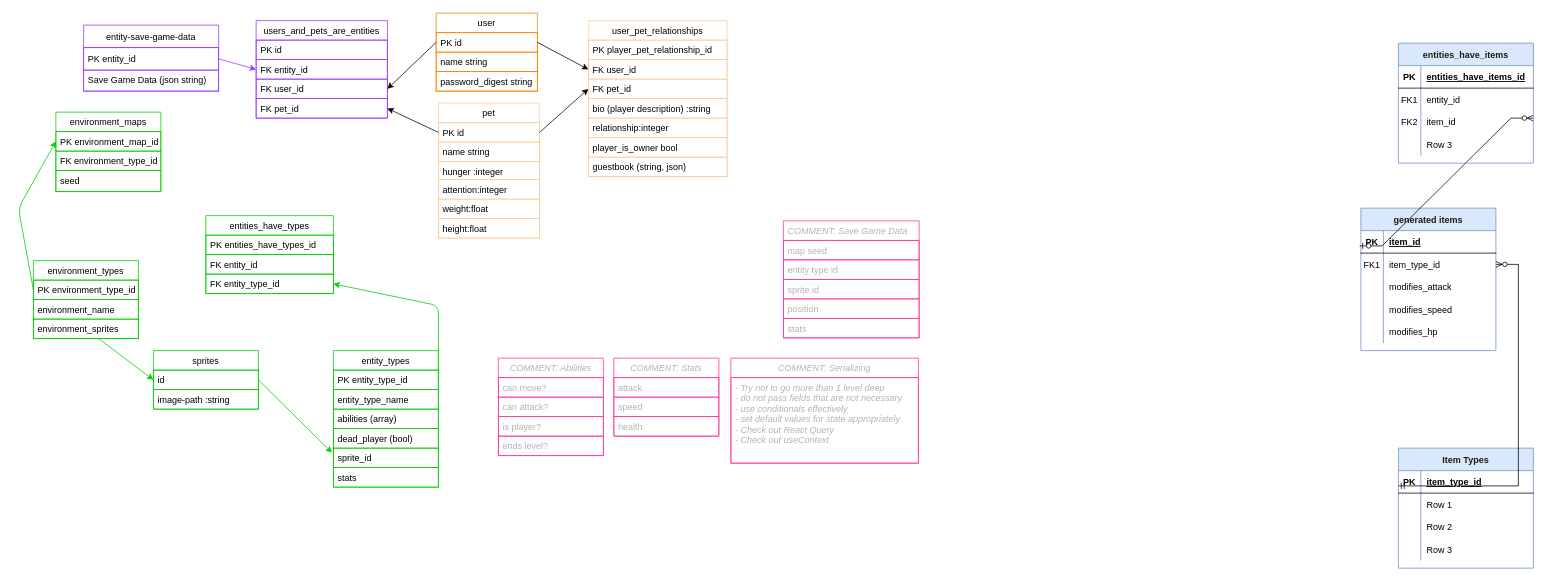
This is project-management/phase-5-erd.drawio from Rainbow-Collective/petsite, a draw.io file, before an edit. Source tidied: cells renumbered, new cells numbered last; positions are measured from the earlier drawing's top-left corner, leaving out a move shared by most shapes. Both pictures are drawn from the tidied source at 75%, with x=0, y=0 at pixel (18, 13).
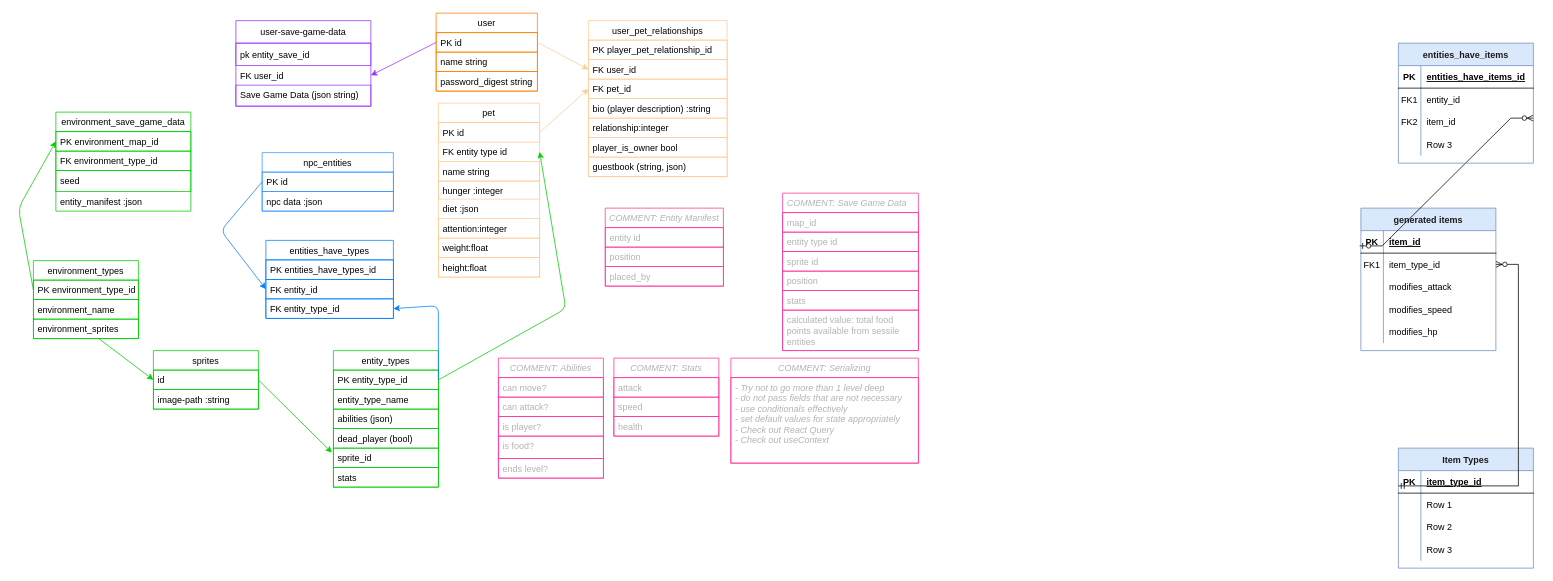
Above is the later version.

Commit message (it also covers changes not shown here):
better save game modeling

The change refers to these unchanged cells:
```xml
<mxCell id="3" value="PK id  " style="text;strokeColor=#FFCC99;fillColor=none;align=left;verticalAlign=top;spacingLeft=4;spacingRight=4;overflow=hidden;points=[[0,0.5],[1,0.5]];portConstraint=eastwest;fontStyle=0;startSize=26;" parent="2" vertex="1">
  <mxGeometry y="26" width="135" height="26" as="geometry" />
</mxCell>
<mxCell id="10" value="PK id" style="text;strokeColor=#FF8000;fillColor=none;align=left;verticalAlign=top;spacingLeft=4;spacingRight=4;overflow=hidden;points=[[0,0.5],[1,0.5]];portConstraint=eastwest;fontStyle=0;startSize=26;" parent="9" vertex="1">
  <mxGeometry y="26" width="135" height="26" as="geometry" />
</mxCell>
<mxCell id="15" value="FK user_id" style="text;strokeColor=#FFCC99;fillColor=none;align=left;verticalAlign=top;spacingLeft=4;spacingRight=4;overflow=hidden;points=[[0,0.5],[1,0.5]];portConstraint=eastwest;fontStyle=0;startSize=26;" parent="13" vertex="1">
  <mxGeometry y="52" width="185" height="26" as="geometry" />
</mxCell>
<mxCell id="16" value="FK pet_id" style="text;strokeColor=#FFCC99;fillColor=none;align=left;verticalAlign=top;spacingLeft=4;spacingRight=4;overflow=hidden;points=[[0,0.5],[1,0.5]];portConstraint=eastwest;fontStyle=0;startSize=26;" parent="13" vertex="1">
  <mxGeometry y="78" width="185" height="26" as="geometry" />
</mxCell>
<mxCell id="85" value="entity_types" style="swimlane;fontStyle=0;horizontal=1;startSize=26;fillColor=none;strokeColor=#00CC00;" parent="1" vertex="1">
  <mxGeometry x="420" y="450" width="140" height="182" as="geometry" />
</mxCell>
<mxCell id="86" value="PK entity_type_id" style="text;strokeColor=#00CC00;fillColor=none;align=left;verticalAlign=top;spacingLeft=4;spacingRight=4;overflow=hidden;points=[[0,0.5],[1,0.5]];portConstraint=eastwest;" parent="85" vertex="1">
  <mxGeometry y="26" width="140" height="26" as="geometry" />
</mxCell>
```

The edit, as a diff of the source:
```diff
@@
     <mxCell id="2" value="pet" style="swimlane;fontStyle=0;horizontal=1;startSize=26;fillColor=none;strokeColor=#FFCC99;" parent="1" vertex="1">
-      <mxGeometry x="560" y="120" width="135" height="180" as="geometry" />
+      <mxGeometry x="560" y="120" width="135" height="232" as="geometry" />
     </mxCell>
@@
+    <mxCell id="121" value="FK entity type id" style="text;strokeColor=none;fillColor=none;align=left;verticalAlign=top;spacingLeft=4;spacingRight=4;overflow=hidden;points=[[0,0.5],[1,0.5]];portConstraint=eastwest;" parent="2" vertex="1">
+      <mxGeometry y="52" width="135" height="26" as="geometry" />
+    </mxCell>
     <mxCell id="4" value="name string" style="text;strokeColor=#FFCC99;fillColor=none;align=left;verticalAlign=top;spacingLeft=4;spacingRight=4;overflow=hidden;fontStyle=0;startSize=26;" parent="2" vertex="1">
-      <mxGeometry y="52" width="135" height="26" as="geometry" />
+      <mxGeometry y="78" width="135" height="26" as="geometry" />
     </mxCell>
     <mxCell id="5" value="hunger :integer" style="text;strokeColor=#FFCC99;fillColor=none;align=left;verticalAlign=top;spacingLeft=4;spacingRight=4;overflow=hidden;fontStyle=0;startSize=26;" parent="2" vertex="1">
-      <mxGeometry y="78" width="135" height="24" as="geometry" />
+      <mxGeometry y="104" width="135" height="24" as="geometry" />
     </mxCell>
+    <mxCell id="122" value="diet :json" style="text;strokeColor=none;fillColor=none;align=left;verticalAlign=top;spacingLeft=4;spacingRight=4;overflow=hidden;" parent="2" vertex="1">
+      <mxGeometry y="128" width="135" height="26" as="geometry" />
+    </mxCell>
     <mxCell id="6" value="attention:integer" style="text;strokeColor=#FFCC99;fillColor=none;align=left;verticalAlign=top;spacingLeft=4;spacingRight=4;overflow=hidden;fontStyle=0;startSize=26;" parent="2" vertex="1">
-      <mxGeometry y="102" width="135" height="26" as="geometry" />
+      <mxGeometry y="154" width="135" height="26" as="geometry" />
     </mxCell>
     <mxCell id="7" value="weight:float" style="text;strokeColor=#FFCC99;fillColor=none;align=left;verticalAlign=top;spacingLeft=4;spacingRight=4;overflow=hidden;fontStyle=0;startSize=26;" parent="2" vertex="1">
-      <mxGeometry y="128" width="135" height="26" as="geometry" />
+      <mxGeometry y="180" width="135" height="26" as="geometry" />
     </mxCell>
     <mxCell id="8" value="height:float" style="text;strokeColor=#FFCC99;fillColor=none;align=left;verticalAlign=top;spacingLeft=4;spacingRight=4;overflow=hidden;fontStyle=0;startSize=26;" parent="2" vertex="1">
-      <mxGeometry y="154" width="135" height="26" as="geometry" />
+      <mxGeometry y="206" width="135" height="26" as="geometry" />
     </mxCell>
@@
-    <mxCell id="21" style="edgeStyle=none;html=1;exitX=1;exitY=0.5;exitDx=0;exitDy=0;entryX=0;entryY=0.5;entryDx=0;entryDy=0;" parent="1" edge="1" source="10" target="15">
+    <mxCell id="21" style="edgeStyle=none;html=1;exitX=1;exitY=0.5;exitDx=0;exitDy=0;entryX=0;entryY=0.5;entryDx=0;entryDy=0;strokeColor=#FFCC99;" parent="1" edge="1" source="10" target="15">
       <mxGeometry relative="1" as="geometry" />
     </mxCell>
-    <mxCell id="22" style="edgeStyle=none;html=1;entryX=0;entryY=0.5;entryDx=0;entryDy=0;exitX=1;exitY=0.5;exitDx=0;exitDy=0;" parent="1" edge="1" source="3" target="16">
+    <mxCell id="22" style="edgeStyle=none;html=1;entryX=0;entryY=0.5;entryDx=0;entryDy=0;exitX=1;exitY=0.5;exitDx=0;exitDy=0;strokeColor=#FFCC99;" parent="1" edge="1" source="3" target="16">
       <mxGeometry relative="1" as="geometry" />
     </mxCell>
@@
-    <mxCell id="70" value="entity-save-game-data" style="swimlane;fontStyle=0;horizontal=1;startSize=30;strokeColor=#9933FF;" parent="1" vertex="1">
-      <mxGeometry x="87" y="16" width="180" height="88" as="geometry" />
+    <mxCell id="70" value="user-save-game-data" style="swimlane;fontStyle=0;horizontal=1;startSize=30;strokeColor=#9933FF;" parent="1" vertex="1">
+      <mxGeometry x="290" y="10" width="180" height="114" as="geometry" />
     </mxCell>
-    <mxCell id="71" value="PK entity_id" style="text;strokeColor=#9933FF;fillColor=none;align=left;verticalAlign=middle;spacingLeft=4;spacingRight=4;overflow=hidden;points=[[0,0.5],[1,0.5]];portConstraint=eastwest;" parent="70" vertex="1">
+    <mxCell id="71" value="pk entity_save_id" style="text;strokeColor=#9933FF;fillColor=none;align=left;verticalAlign=middle;spacingLeft=4;spacingRight=4;overflow=hidden;points=[[0,0.5],[1,0.5]];portConstraint=eastwest;" parent="70" vertex="1">
       <mxGeometry y="30" width="180" height="30" as="geometry" />
     </mxCell>
+    <mxCell id="100" value="FK user_id" style="text;strokeColor=none;fillColor=none;align=left;verticalAlign=top;spacingLeft=4;spacingRight=4;overflow=hidden;points=[[0,0.5],[1,0.5]];portConstraint=eastwest;" parent="70" vertex="1">
+      <mxGeometry y="60" width="180" height="26" as="geometry" />
+    </mxCell>
     <mxCell id="72" value="Save Game Data (json string)" style="text;strokeColor=#9933FF;fillColor=none;align=left;verticalAlign=top;spacingLeft=4;spacingRight=4;overflow=hidden;" parent="70" vertex="1">
-      <mxGeometry y="60" width="180" height="28" as="geometry" />
+      <mxGeometry y="86" width="180" height="28" as="geometry" />
     </mxCell>
-    <mxCell id="73" value="environment_maps" style="swimlane;fontStyle=0;horizontal=1;startSize=26;fillColor=none;strokeColor=#00CC00;" parent="1" vertex="1">
-      <mxGeometry x="50" y="132" width="140" height="106" as="geometry" />
+    <mxCell id="73" value="environment_save_game_data" style="swimlane;fontStyle=0;horizontal=1;startSize=26;fillColor=none;strokeColor=#00CC00;" parent="1" vertex="1">
+      <mxGeometry x="50" y="132" width="180" height="132" as="geometry" />
     </mxCell>
     <mxCell id="74" value="PK environment_map_id" style="text;strokeColor=#00CC00;fillColor=none;align=left;verticalAlign=top;spacingLeft=4;spacingRight=4;overflow=hidden;points=[[0,0.5],[1,0.5]];portConstraint=eastwest;" parent="73" vertex="1">
-      <mxGeometry y="26" width="140" height="26" as="geometry" />
+      <mxGeometry y="26" width="180" height="26" as="geometry" />
     </mxCell>
     <mxCell id="75" value="FK environment_type_id" style="text;strokeColor=#00CC00;fillColor=none;align=left;verticalAlign=top;spacingLeft=4;spacingRight=4;overflow=hidden;" parent="73" vertex="1">
-      <mxGeometry y="52" width="140" height="26" as="geometry" />
+      <mxGeometry y="52" width="180" height="26" as="geometry" />
     </mxCell>
     <mxCell id="76" value="seed" style="text;strokeColor=#00CC00;fillColor=none;align=left;verticalAlign=top;spacingLeft=4;spacingRight=4;overflow=hidden;" parent="73" vertex="1">
-      <mxGeometry y="78" width="140" height="28" as="geometry" />
+      <mxGeometry y="78" width="180" height="28" as="geometry" />
     </mxCell>
+    <mxCell id="123" value="entity_manifest :json" style="text;strokeColor=none;fillColor=none;align=left;verticalAlign=top;spacingLeft=4;spacingRight=4;overflow=hidden;" parent="73" vertex="1">
+      <mxGeometry y="106" width="180" height="26" as="geometry" />
+    </mxCell>
@@
-    <mxCell id="81" value="entities_have_types" style="swimlane;fontStyle=0;horizontal=1;startSize=26;fillColor=none;strokeColor=#00CC00;" parent="1" vertex="1">
-      <mxGeometry x="250" y="270" width="170" height="104" as="geometry" />
+    <mxCell id="81" value="entities_have_types" style="swimlane;fontStyle=0;horizontal=1;startSize=26;fillColor=none;strokeColor=#007FFF;" parent="1" vertex="1">
+      <mxGeometry x="330" y="303" width="170" height="104" as="geometry" />
     </mxCell>
-    <mxCell id="82" value="PK entities_have_types_id" style="text;strokeColor=#00CC00;fillColor=none;align=left;verticalAlign=top;spacingLeft=4;spacingRight=4;overflow=hidden;" parent="81" vertex="1">
+    <mxCell id="82" value="PK entities_have_types_id" style="text;strokeColor=#007FFF;fillColor=none;align=left;verticalAlign=top;spacingLeft=4;spacingRight=4;overflow=hidden;" parent="81" vertex="1">
       <mxGeometry y="26" width="170" height="26" as="geometry" />
     </mxCell>
-    <mxCell id="83" value="FK entity_id" style="text;strokeColor=#00CC00;fillColor=none;align=left;verticalAlign=top;spacingLeft=4;spacingRight=4;overflow=hidden;points=[[0,0.5],[1,0.5]];portConstraint=eastwest;" parent="81" vertex="1">
+    <mxCell id="83" value="FK entity_id" style="text;strokeColor=#007FFF;fillColor=none;align=left;verticalAlign=top;spacingLeft=4;spacingRight=4;overflow=hidden;points=[[0,0.5],[1,0.5]];portConstraint=eastwest;" parent="81" vertex="1">
       <mxGeometry y="52" width="170" height="26" as="geometry" />
     </mxCell>
-    <mxCell id="84" value="FK entity_type_id" style="text;strokeColor=#00CC00;fillColor=none;align=left;verticalAlign=top;spacingLeft=4;spacingRight=4;overflow=hidden;points=[[0,0.5],[1,0.5]];portConstraint=eastwest;" parent="81" vertex="1">
+    <mxCell id="84" value="FK entity_type_id" style="text;strokeColor=#007FFF;fillColor=none;align=left;verticalAlign=top;spacingLeft=4;spacingRight=4;overflow=hidden;points=[[0,0.5],[1,0.5]];portConstraint=eastwest;" parent="81" vertex="1">
       <mxGeometry y="78" width="170" height="26" as="geometry" />
     </mxCell>
@@
-    <mxCell id="88" value="abilities (array)" style="text;strokeColor=#00CC00;fillColor=none;align=left;verticalAlign=top;spacingLeft=4;spacingRight=4;overflow=hidden;" parent="85" vertex="1">
+    <mxCell id="88" value="abilities (json)" style="text;strokeColor=#00CC00;fillColor=none;align=left;verticalAlign=top;spacingLeft=4;spacingRight=4;overflow=hidden;" parent="85" vertex="1">
       <mxGeometry y="78" width="140" height="26" as="geometry" />
     </mxCell>
@@
     <mxCell id="92" value="COMMENT: Abilities" style="swimlane;fontStyle=2;horizontal=1;startSize=26;fillColor=none;strokeColor=#FF3399;fontColor=#B3B3B3;" parent="1" vertex="1">
-      <mxGeometry x="640" y="460" width="140" height="130" as="geometry" />
+      <mxGeometry x="640" y="460" width="140" height="160" as="geometry" />
     </mxCell>
@@
+    <mxCell id="124" value="is food?" style="text;strokeColor=#FF3399;fillColor=none;align=left;verticalAlign=top;spacingLeft=4;spacingRight=4;overflow=hidden;fontColor=#B3B3B3;" parent="92" vertex="1">
+      <mxGeometry y="104" width="140" height="30" as="geometry" />
+    </mxCell>
     <mxCell id="96" value="ends level?" style="text;strokeColor=#FF3399;fillColor=none;align=left;verticalAlign=top;spacingLeft=4;spacingRight=4;overflow=hidden;fontColor=#B3B3B3;" parent="92" vertex="1">
-      <mxGeometry y="104" width="140" height="26" as="geometry" />
+      <mxGeometry y="134" width="140" height="26" as="geometry" />
     </mxCell>
-    <mxCell id="97" value="users_and_pets_are_entities" style="swimlane;fontStyle=0;horizontal=1;startSize=26;fillColor=none;strokeColor=#9933FF;" parent="1" vertex="1">
-      <mxGeometry x="317" y="10" width="175" height="130" as="geometry" />
-    </mxCell>
-    <mxCell id="98" value="PK id" style="text;strokeColor=#9933FF;fillColor=none;align=left;verticalAlign=top;spacingLeft=4;spacingRight=4;overflow=hidden;points=[[0,0.5],[1,0.5]];portConstraint=eastwest;" parent="97" vertex="1">
-      <mxGeometry y="26" width="175" height="26" as="geometry" />
-    </mxCell>
-    <mxCell id="99" value="FK entity_id" style="text;strokeColor=#9933FF;fillColor=none;align=left;verticalAlign=top;spacingLeft=4;spacingRight=4;overflow=hidden;points=[[0,0.5],[1,0.5]];portConstraint=eastwest;" parent="97" vertex="1">
-      <mxGeometry y="52" width="175" height="26" as="geometry" />
-    </mxCell>
-    <mxCell id="100" value="FK user_id" style="text;strokeColor=#9933FF;fillColor=none;align=left;verticalAlign=top;spacingLeft=4;spacingRight=4;overflow=hidden;points=[[0,0.5],[1,0.5]];portConstraint=eastwest;" parent="97" vertex="1">
-      <mxGeometry y="78" width="175" height="26" as="geometry" />
-    </mxCell>
-    <mxCell id="101" value="FK pet_id" style="text;strokeColor=#9933FF;fillColor=none;align=left;verticalAlign=top;spacingLeft=4;spacingRight=4;overflow=hidden;points=[[0,0.5],[1,0.5]];portConstraint=eastwest;" parent="97" vertex="1">
-      <mxGeometry y="104" width="175" height="26" as="geometry" />
-    </mxCell>
-    <mxCell id="102" style="edgeStyle=none;html=1;exitX=0;exitY=0.5;exitDx=0;exitDy=0;entryX=1;entryY=0.5;entryDx=0;entryDy=0;" parent="1" edge="1" source="10" target="100">
+    <mxCell id="102" style="edgeStyle=none;html=1;exitX=0;exitY=0.5;exitDx=0;exitDy=0;entryX=1;entryY=0.5;entryDx=0;entryDy=0;fillColor=#6a00ff;strokeColor=#9933FF;" parent="1" edge="1" source="10" target="100">
       <mxGeometry relative="1" as="geometry" />
     </mxCell>
-    <mxCell id="103" style="edgeStyle=none;html=1;exitX=0;exitY=0.5;exitDx=0;exitDy=0;entryX=1;entryY=0.5;entryDx=0;entryDy=0;" parent="1" edge="1" source="3" target="101">
-      <mxGeometry relative="1" as="geometry" />
-    </mxCell>
-    <mxCell id="104" style="edgeStyle=none;html=1;entryX=0;entryY=0.5;entryDx=0;entryDy=0;exitX=1;exitY=0.5;exitDx=0;exitDy=0;strokeColor=#9933FF;" parent="1" edge="1" source="71" target="99">
-      <mxGeometry relative="1" as="geometry" />
-    </mxCell>
-    <mxCell id="105" style="edgeStyle=none;html=1;exitX=1;exitY=0.5;exitDx=0;exitDy=0;entryX=1;entryY=0.5;entryDx=0;entryDy=0;strokeColor=#00CC00;" parent="1" edge="1" source="86" target="84">
+    <mxCell id="105" style="edgeStyle=none;html=1;exitX=1;exitY=0.5;exitDx=0;exitDy=0;entryX=1;entryY=0.5;entryDx=0;entryDy=0;strokeColor=#007FFF;" parent="1" edge="1" source="86" target="84">
       <mxGeometry relative="1" as="geometry">
         <Array as="points">
           <mxPoint x="560" y="390" />
         </Array>
       </mxGeometry>
     </mxCell>
@@
     <mxCell id="115" value="COMMENT: Save Game Data" style="swimlane;fontStyle=2;horizontal=1;startSize=26;strokeColor=#FF3399;align=left;verticalAlign=top;fillColor=none;fontColor=#B3B3B3;gradientColor=none;spacingLeft=4;spacingRight=4;" parent="1" vertex="1">
-      <mxGeometry x="1020" y="277" width="181" height="156" as="geometry" />
+      <mxGeometry x="1019" y="240" width="181" height="210" as="geometry" />
     </mxCell>
-    <mxCell id="116" value="map seed" style="text;align=left;verticalAlign=top;spacingLeft=4;spacingRight=4;overflow=hidden;strokeColor=#FF3399;fontColor=#B3B3B3;" parent="115" vertex="1">
+    <mxCell id="116" value="map_id" style="text;align=left;verticalAlign=top;spacingLeft=4;spacingRight=4;overflow=hidden;strokeColor=#FF3399;fontColor=#B3B3B3;" parent="115" vertex="1">
       <mxGeometry y="26" width="181" height="26" as="geometry" />
     </mxCell>
@@
+    <mxCell id="125" value="calculated value: total food points available from sessile entities" style="text;strokeColor=#FF3399;fillColor=none;align=left;verticalAlign=top;spacingLeft=4;spacingRight=4;overflow=hidden;fontColor=#B3B3B3;whiteSpace=wrap;" parent="115" vertex="1">
+      <mxGeometry y="156" width="181" height="54" as="geometry" />
+    </mxCell>
+    <mxCell id="126" value="COMMENT: Entity Manifest" style="swimlane;fontStyle=2;horizontal=1;startSize=26;fillColor=none;strokeColor=#FF3399;fontColor=#B3B3B3;" parent="1" vertex="1">
+      <mxGeometry x="782.5" y="260" width="157.5" height="104" as="geometry" />
+    </mxCell>
+    <mxCell id="127" value="entity id" style="text;strokeColor=#FF3399;fillColor=none;align=left;verticalAlign=top;spacingLeft=4;spacingRight=4;overflow=hidden;fontColor=#B3B3B3;" parent="126" vertex="1">
+      <mxGeometry y="26" width="157.5" height="26" as="geometry" />
+    </mxCell>
+    <mxCell id="128" value="position" style="text;strokeColor=#FF3399;fillColor=none;align=left;verticalAlign=top;spacingLeft=4;spacingRight=4;overflow=hidden;fontColor=#B3B3B3;" parent="126" vertex="1">
+      <mxGeometry y="52" width="157.5" height="26" as="geometry" />
+    </mxCell>
+    <mxCell id="129" value="placed_by" style="text;strokeColor=#FF3399;fillColor=none;align=left;verticalAlign=top;spacingLeft=4;spacingRight=4;overflow=hidden;fontColor=#B3B3B3;" parent="126" vertex="1">
+      <mxGeometry y="78" width="157.5" height="26" as="geometry" />
+    </mxCell>
+    <mxCell id="130" value="npc_entities" style="swimlane;fontStyle=0;horizontal=1;startSize=26;fillColor=none;strokeColor=#3399FF;" parent="1" vertex="1">
+      <mxGeometry x="325" y="186" width="175" height="78" as="geometry" />
+    </mxCell>
+    <mxCell id="98" value="PK id" style="text;strokeColor=#3399FF;fillColor=none;align=left;verticalAlign=top;spacingLeft=4;spacingRight=4;overflow=hidden;points=[[0,0.5],[1,0.5]];portConstraint=eastwest;" parent="130" vertex="1">
+      <mxGeometry y="26" width="175" height="26" as="geometry" />
+    </mxCell>
+    <mxCell id="131" value="npc data :json" style="text;strokeColor=#3399FF;fillColor=none;align=left;verticalAlign=top;spacingLeft=4;spacingRight=4;overflow=hidden;" parent="130" vertex="1">
+      <mxGeometry y="52" width="175" height="26" as="geometry" />
+    </mxCell>
+    <mxCell id="132" style="edgeStyle=none;html=1;exitX=0;exitY=0.5;exitDx=0;exitDy=0;entryX=0;entryY=0.5;entryDx=0;entryDy=0;strokeColor=#007FFF;" parent="1" edge="1" source="98" target="83">
+      <mxGeometry relative="1" as="geometry">
+        <Array as="points">
+          <mxPoint x="270" y="290" />
+        </Array>
+      </mxGeometry>
+    </mxCell>
+    <mxCell id="133" style="edgeStyle=none;html=1;exitX=1;exitY=0.5;exitDx=0;exitDy=0;entryX=1;entryY=0.5;entryDx=0;entryDy=0;strokeColor=#00CC00;" parent="1" edge="1" source="86" target="121">
+      <mxGeometry relative="1" as="geometry">
+        <Array as="points">
+          <mxPoint x="730" y="394" />
+        </Array>
+      </mxGeometry>
+    </mxCell>
```
